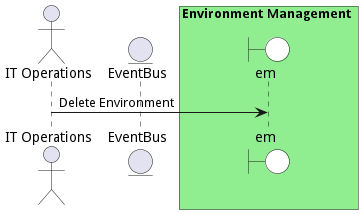
Earlier version of the PlantUML export docs/edgemere/aml/ds/em/usecases/manageenvironment/DeleteEnvironment.png (madajaju/edgemere). Its diagram source:
```plantuml
@startuml

actor "IT Operations"


entity EventBus

box Environment Management #lightgreen
    boundary em #white
end box



"IT Operations" -> em: Delete Environment



@enduml
```
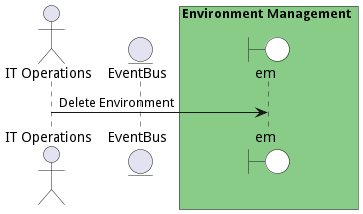
After the change.

The edit, as a diff of the source:
```diff
@@ -5,7 +5,7 @@
 
 entity EventBus
 
-box Environment Management #lightgreen
+box Environment Management #88cc88
     boundary em #white
 end box
 
```
